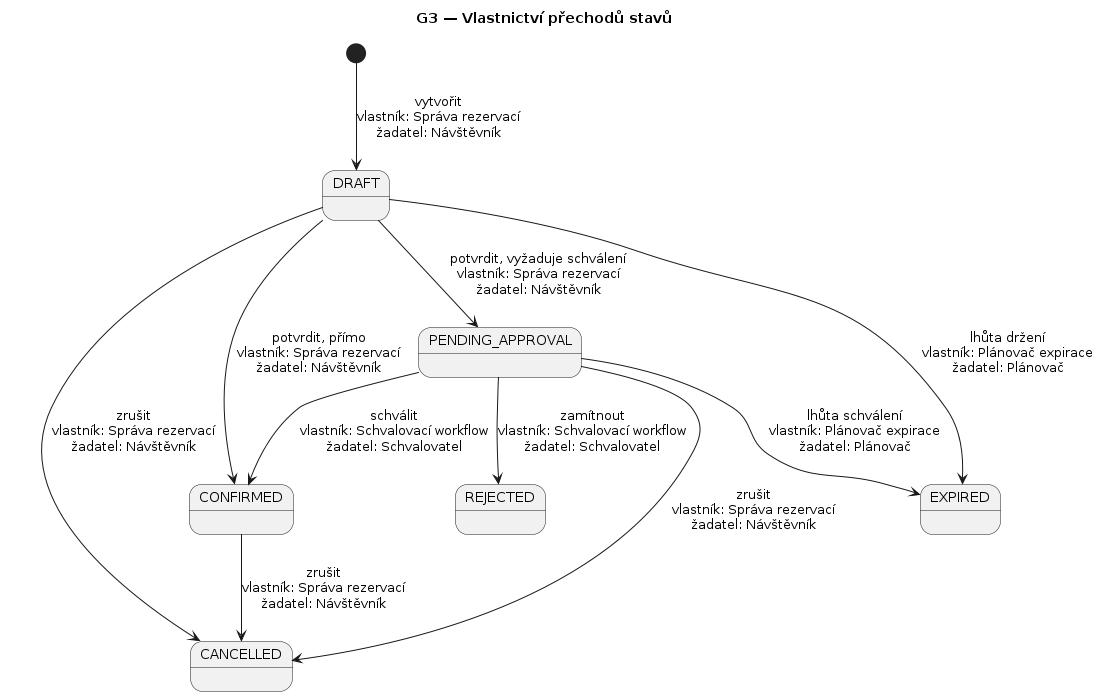
The PlantUML diagram docs/c03-diagrams/state-ownership.png in jn-flk/SWI, before a commit.
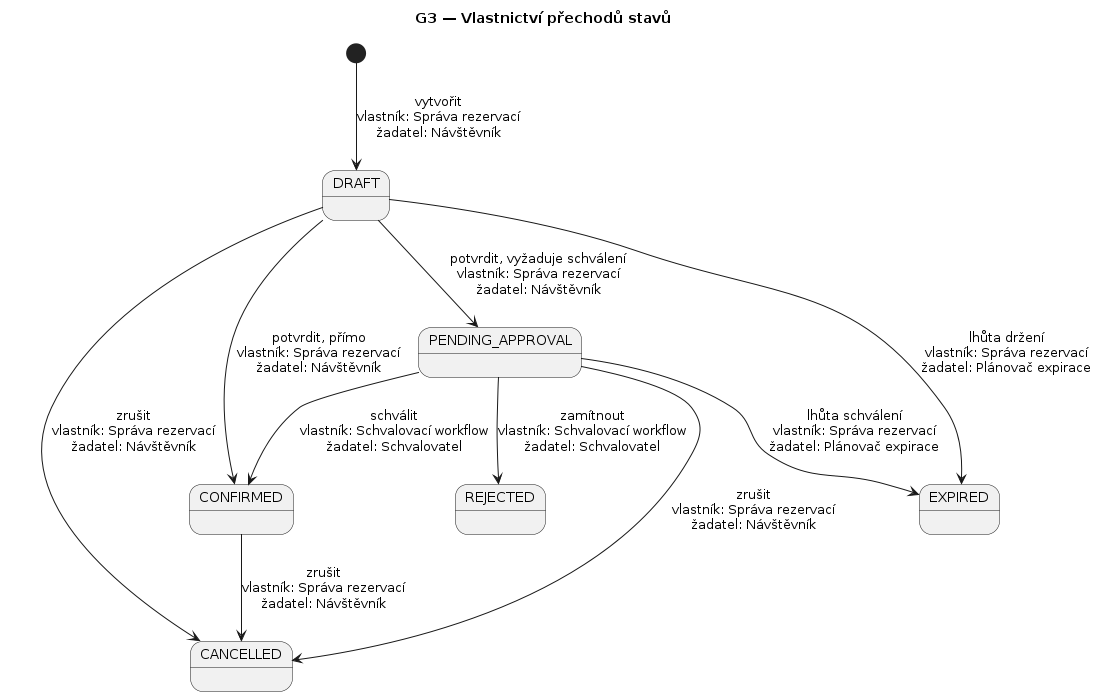
The same file after the commit.

Diff of the diagram source:
```diff
@@ -16,6 +16,6 @@
 DRAFT --> CANCELLED : zrušit\nvlastník: Správa rezervací\nžadatel: Návštěvník
 PENDING_APPROVAL --> CANCELLED : zrušit\nvlastník: Správa rezervací\nžadatel: Návštěvník
 CONFIRMED --> CANCELLED : zrušit\nvlastník: Správa rezervací\nžadatel: Návštěvník
-DRAFT --> EXPIRED : lhůta držení\nvlastník: Plánovač expirace\nžadatel: Plánovač
-PENDING_APPROVAL --> EXPIRED : lhůta schválení\nvlastník: Plánovač expirace\nžadatel: Plánovač
+DRAFT --> EXPIRED : lhůta držení\nvlastník: Správa rezervací\nžadatel: Plánovač expirace
+PENDING_APPROVAL --> EXPIRED : lhůta schválení\nvlastník: Správa rezervací\nžadatel: Plánovač expirace
 @enduml
```
